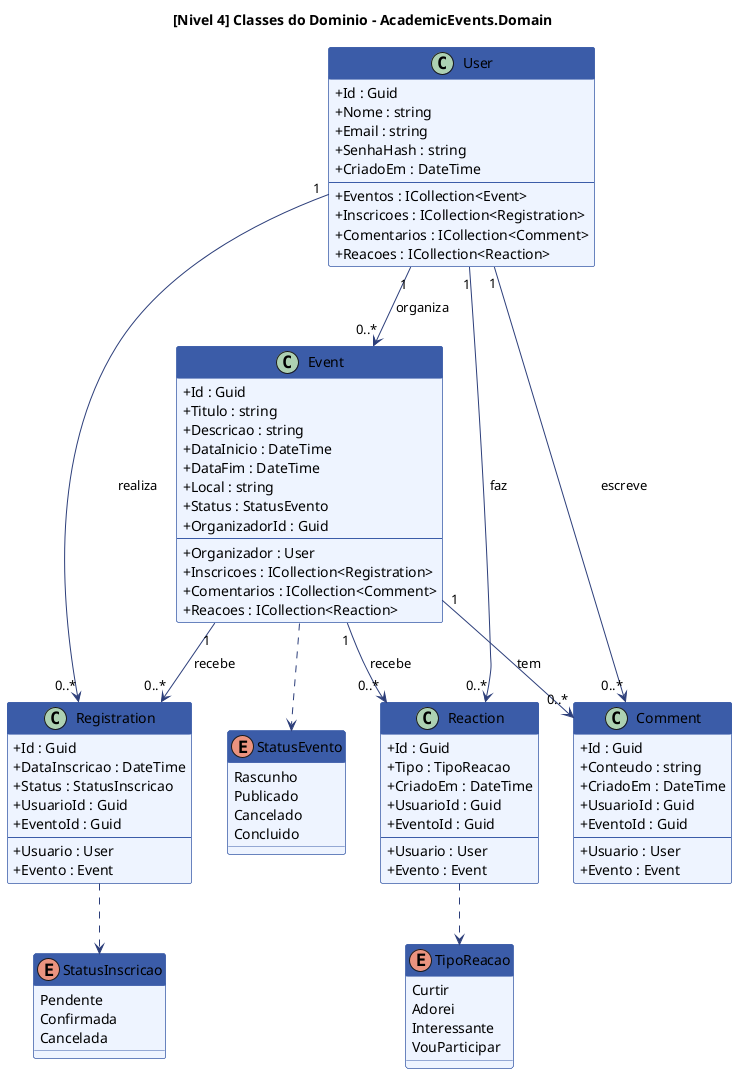
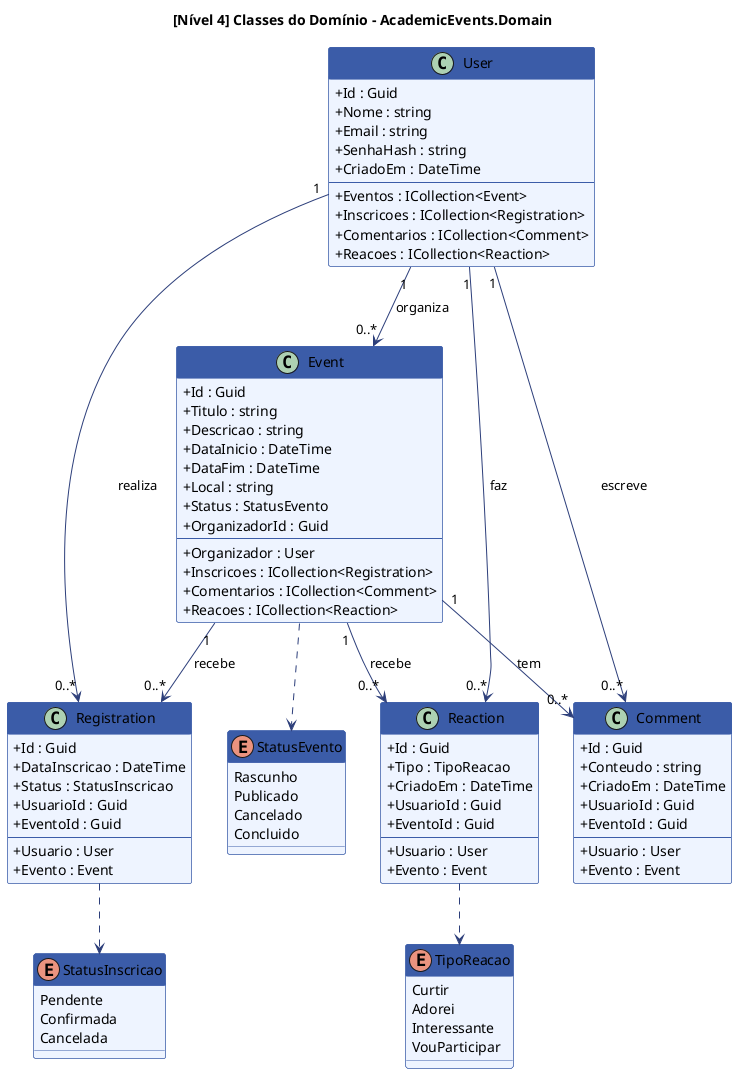
@startuml c4_nivel4_codigo

- ' nivel 4 do C4: diagrama de classes do dominio
+ ' nível 4 do C4: diagrama de classes do domínio
' mostra as entidades, enums e relacionamentos do AcademicEvents.Domain

- title [Nivel 4] Classes do Dominio - AcademicEvents.Domain
+ title [Nível 4] Classes do Domínio - AcademicEvents.Domain

skinparam classAttributeIconSize 0
skinparam class {
  BackgroundColor #EEF4FF
  BorderColor #3B5CA8
  HeaderBackgroundColor #3B5CA8
  HeaderFontColor #FFFFFF
  ArrowColor #2C3E7A
}
skinparam enum {
  BackgroundColor #FFF8EE
  BorderColor #D4943A
  HeaderBackgroundColor #F5A623
  HeaderFontColor #FFFFFF
}

- ' entidades do dominio
+ ' entidades do domínio
class User {
  + Id : Guid
  + Nome : string
  + Email : string
  + SenhaHash : string
  + CriadoEm : DateTime
  --
  + Eventos : ICollection<Event>
  + Inscricoes : ICollection<Registration>
  + Comentarios : ICollection<Comment>
  + Reacoes : ICollection<Reaction>
}

class Event {
  + Id : Guid
  + Titulo : string
  + Descricao : string
  + DataInicio : DateTime
  + DataFim : DateTime
  + Local : string
  + Status : StatusEvento
  + OrganizadorId : Guid
  --
  + Organizador : User
  + Inscricoes : ICollection<Registration>
  + Comentarios : ICollection<Comment>
  + Reacoes : ICollection<Reaction>
}

class Registration {
  + Id : Guid
  + DataInscricao : DateTime
  + Status : StatusInscricao
  + UsuarioId : Guid
  + EventoId : Guid
  --
  + Usuario : User
  + Evento : Event
}

class Comment {
  + Id : Guid
  + Conteudo : string
  + CriadoEm : DateTime
  + UsuarioId : Guid
  + EventoId : Guid
  --
  + Usuario : User
  + Evento : Event
}

class Reaction {
  + Id : Guid
  + Tipo : TipoReacao
  + CriadoEm : DateTime
  + UsuarioId : Guid
  + EventoId : Guid
  --
  + Usuario : User
  + Evento : Event
}

- ' enums do dominio
+ ' enums do domínio
enum StatusEvento {
  Rascunho
  Publicado
  Cancelado
  Concluido
}

enum StatusInscricao {
  Pendente
  Confirmada
  Cancelada
}

enum TipoReacao {
  Curtir
  Adorei
  Interessante
  VouParticipar
}

' relacionamentos entre as entidades
User "1" --> "0..*" Event : organiza
User "1" --> "0..*" Registration : realiza
User "1" --> "0..*" Comment : escreve
User "1" --> "0..*" Reaction : faz

Event "1" --> "0..*" Registration : recebe
Event "1" --> "0..*" Comment : tem
Event "1" --> "0..*" Reaction : recebe

' entidades que usam os enums
Event ..> StatusEvento
Registration ..> StatusInscricao
Reaction ..> TipoReacao

@enduml
